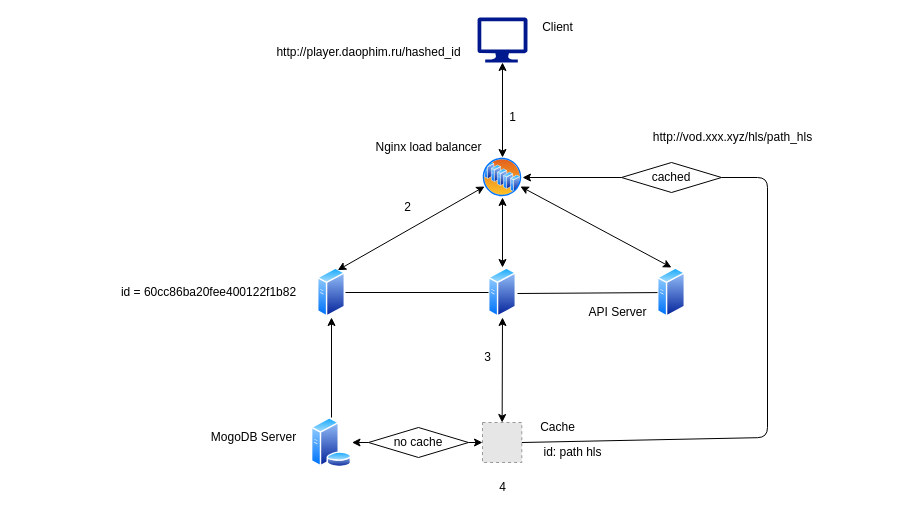
This is Untitled Diagram.drawio from tptindev/scrape30kmovies, a draw.io file, before an edit. Source tidied: cells renumbered, new cells numbered last; positions are measured from the earlier drawing's top-left corner, leaving out a move shared by most shapes. Both pictures are drawn from the tidied source at 100%, with x=0, y=0 at pixel (113, 17). Pictures stored in the file or linked from it are replaced by grey dashed boxes.
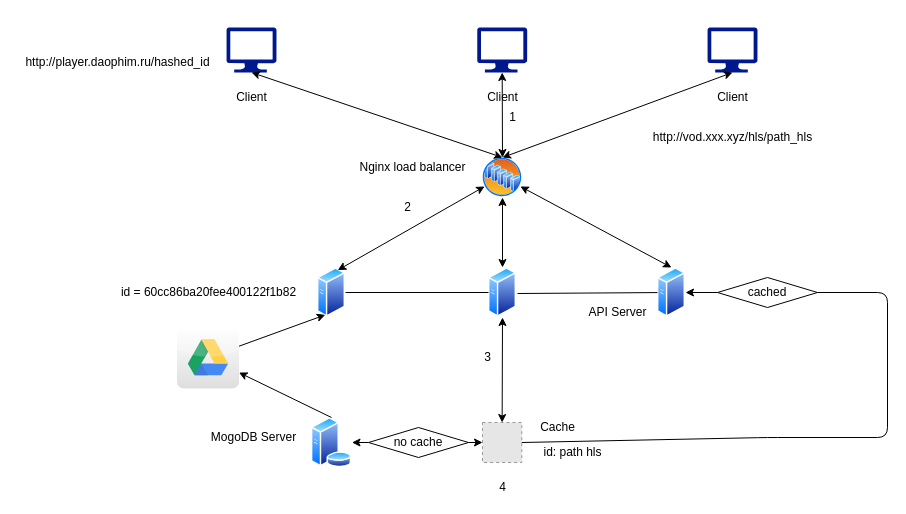
The same diagram, later.

Unchanged cells that the change refers to:
```xml
<mxCell id="3" style="perimeter=ellipsePerimeter;html=1;align=center;shadow=0;dashed=0;spacingTop=3;image;image=img/lib/active_directory/server_farm.svg;" parent="1" vertex="1">
  <mxGeometry x="369" y="140" width="40" height="40" as="geometry" />
</mxCell>
<mxCell id="4" style="perimeter=ellipsePerimeter;html=1;align=center;shadow=0;dashed=0;spacingTop=3;image;image=img/lib/active_directory/generic_server.svg;" parent="1" vertex="1">
  <mxGeometry x="204" y="250" width="28" height="50" as="geometry" />
</mxCell>
<mxCell id="6" style="perimeter=ellipsePerimeter;html=1;align=center;shadow=0;dashed=0;spacingTop=3;image;image=img/lib/active_directory/generic_server.svg;" parent="1" vertex="1">
  <mxGeometry x="544" y="250" width="28" height="50" as="geometry" />
</mxCell>
<mxCell id="7" style="fillColor=#E6E6E6;strokeColor=#999999;dashed=1;verticalLabelPosition=bottom;labelBackgroundColor=#ffffff;verticalAlign=top;" parent="1" vertex="1">
  <mxGeometry x="369" y="405" width="39.3" height="40" as="geometry" />
</mxCell>
<mxCell id="21" style="perimeter=ellipsePerimeter;html=1;align=center;shadow=0;dashed=0;spacingTop=3;image;image=img/lib/active_directory/database_server.svg;" parent="1" vertex="1">
  <mxGeometry x="197.5" y="400" width="41" height="50" as="geometry" />
</mxCell>
```

The edit, as a diff of the source:
```diff
@@
     <mxCell id="2" style="shadow=0;dashed=0;html=1;strokeColor=none;labelPosition=center;verticalLabelPosition=bottom;verticalAlign=top;align=center;fillColor=#00188D;shape=mxgraph.azure.computer;" parent="1" vertex="1">
-      <mxGeometry x="364" width="50" height="45" as="geometry" />
+      <mxGeometry x="113" y="10" width="50" height="45" as="geometry" />
     </mxCell>
@@
     <mxCell id="13" value="Client" style="text;html=1;align=center;verticalAlign=middle;strokeColor=none;" parent="1" vertex="1">
-      <mxGeometry x="419" width="50" height="20" as="geometry" />
+      <mxGeometry x="113" y="70" width="50" height="20" as="geometry" />
     </mxCell>
     <mxCell id="14" value="Nginx load balancer" style="text;html=1;align=center;verticalAlign=middle;strokeColor=none;" parent="1" vertex="1">
-      <mxGeometry x="255" y="120" width="120" height="20" as="geometry" />
+      <mxGeometry x="238.5" y="140" width="120" height="20" as="geometry" />
     </mxCell>
@@
     <mxCell id="31" value="http://player.daophim.ru/hashed_id" style="text;html=1;align=center;verticalAlign=middle;strokeColor=none;" parent="1" vertex="1">
-      <mxGeometry x="155" y="25" width="200" height="20" as="geometry" />
+      <mxGeometry x="-96" y="35" width="200" height="20" as="geometry" />
     </mxCell>
     <mxCell id="32" value="cached" style="rhombus;whiteSpace=wrap;html=1;" parent="1" vertex="1">
-      <mxGeometry x="508" y="145" width="100" height="30" as="geometry" />
+      <mxGeometry x="604" y="260" width="100" height="30" as="geometry" />
     </mxCell>
-    <mxCell id="33" style="endArrow=classic;html=1;entryX=1;entryY=0.5;entryDx=0;entryDy=0;exitX=0;exitY=0.5;exitDx=0;exitDy=0;" parent="1" edge="1" source="32" target="3">
+    <mxCell id="33" style="endArrow=classic;html=1;entryX=1;entryY=0.5;entryDx=0;entryDy=0;exitX=0;exitY=0.5;exitDx=0;exitDy=0;" parent="1" edge="1" source="32" target="6">
       <mxGeometry relative="1" as="geometry" />
     </mxCell>
     <mxCell id="34" style="endArrow=none;html=1;exitX=1;exitY=0.5;exitDx=0;exitDy=0;entryX=1;entryY=0.5;entryDx=0;entryDy=0;" parent="1" edge="1" source="7" target="32">
       <mxGeometry relative="1" as="geometry">
         <Array as="points">
           <mxPoint x="654" y="420" />
-          <mxPoint x="654" y="160" />
+          <mxPoint x="774" y="420" />
+          <mxPoint x="774" y="275" />
         </Array>
       </mxGeometry>
     </mxCell>
-    <mxCell id="35" style="endArrow=classic;html=1;exitX=0.5;exitY=0;exitDx=0;exitDy=0;entryX=0.5;entryY=1;entryDx=0;entryDy=0;" parent="1" edge="1" source="21" target="4">
+    <mxCell id="35" style="endArrow=classic;html=1;exitX=0.5;exitY=0;exitDx=0;exitDy=0;" parent="1" edge="1" source="21" target="42">
       <mxGeometry relative="1" as="geometry" />
     </mxCell>
+    <mxCell id="36" style="shadow=0;dashed=0;html=1;strokeColor=none;labelPosition=center;verticalLabelPosition=bottom;verticalAlign=top;align=center;fillColor=#00188D;shape=mxgraph.azure.computer;" parent="1" vertex="1">
+      <mxGeometry x="363.7" y="10" width="50" height="45" as="geometry" />
+    </mxCell>
+    <mxCell id="37" value="Client" style="text;html=1;align=center;verticalAlign=middle;strokeColor=none;" parent="1" vertex="1">
+      <mxGeometry x="363.7" y="70" width="50" height="20" as="geometry" />
+    </mxCell>
+    <mxCell id="38" style="shadow=0;dashed=0;html=1;strokeColor=none;labelPosition=center;verticalLabelPosition=bottom;verticalAlign=top;align=center;fillColor=#00188D;shape=mxgraph.azure.computer;" parent="1" vertex="1">
+      <mxGeometry x="594" y="10" width="50" height="45" as="geometry" />
+    </mxCell>
+    <mxCell id="39" value="Client" style="text;html=1;align=center;verticalAlign=middle;strokeColor=none;" parent="1" vertex="1">
+      <mxGeometry x="594" y="70" width="50" height="20" as="geometry" />
+    </mxCell>
+    <mxCell id="40" style="endArrow=classic;startArrow=classic;html=1;exitX=0.5;exitY=1;exitDx=0;exitDy=0;exitPerimeter=0;entryX=0.5;entryY=0;entryDx=0;entryDy=0;fontStyle=1;" parent="1" edge="1" source="36" target="3">
+      <mxGeometry relative="1" as="geometry" />
+    </mxCell>
+    <mxCell id="41" style="endArrow=classic;startArrow=classic;html=1;exitX=0.5;exitY=1;exitDx=0;exitDy=0;exitPerimeter=0;entryX=0.5;entryY=0;entryDx=0;entryDy=0;" parent="1" edge="1" source="38" target="3">
+      <mxGeometry relative="1" as="geometry" />
+    </mxCell>
+    <mxCell id="42" style="dashed=0;outlineConnect=0;html=1;align=center;labelPosition=center;verticalLabelPosition=bottom;verticalAlign=top;shape=mxgraph.webicons.google_drive;gradientColor=#DFDEDE;" parent="1" vertex="1">
+      <mxGeometry x="63.5" y="309" width="62" height="62" as="geometry" />
+    </mxCell>
+    <mxCell id="43" style="endArrow=classic;html=1;entryX=0.25;entryY=1;entryDx=0;entryDy=0;" parent="1" edge="1" source="42" target="4">
+      <mxGeometry relative="1" as="geometry" />
+    </mxCell>
```
